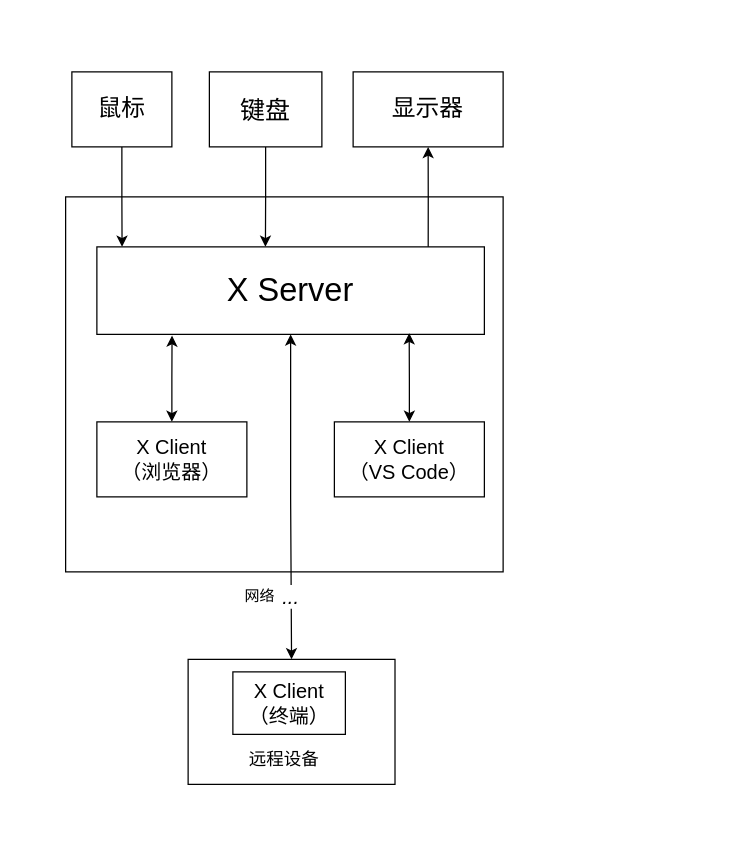
Above: uml/x-window-cs.drawio in TobiasYin/ansuld (draw.io), before the change. Source tidied: cells renumbered, new cells numbered last; positions are measured from the earlier drawing's top-left corner, leaving out a move shared by most shapes. Both pictures are drawn from the tidied source at 125%, with x=0, y=0 at pixel (21, 21).
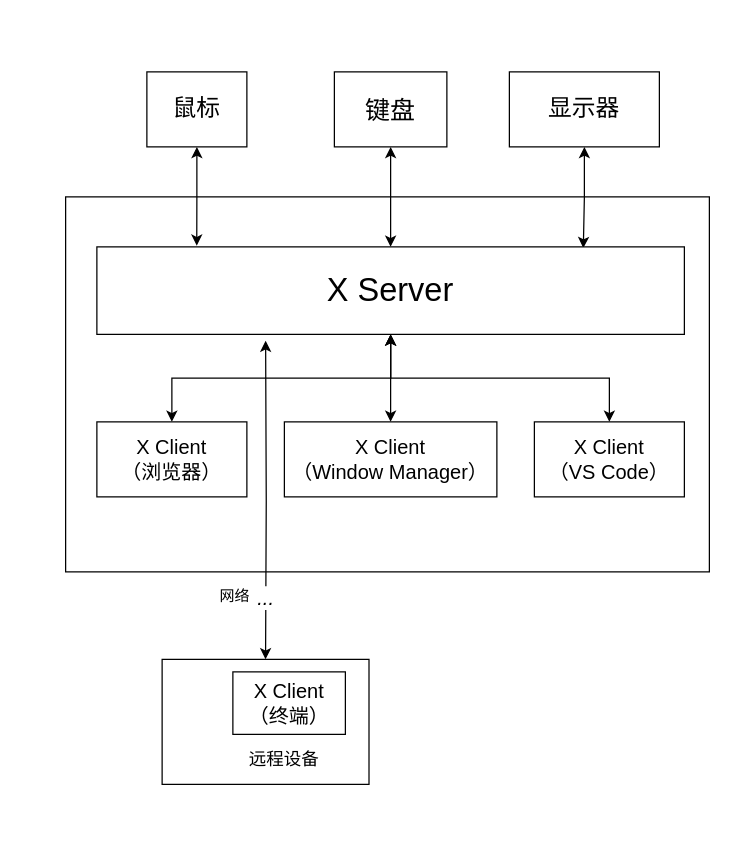
After the change.

The change refers to these unchanged cells:
```xml
<mxCell id="16" value="&lt;font style=&quot;font-size: 16px&quot;&gt;X Client&lt;br&gt;（浏览器）&lt;br&gt;&lt;/font&gt;" style="rounded=0;whiteSpace=wrap;html=1;" parent="1" vertex="1">
  <mxGeometry x="60" y="320" width="120" height="60" as="geometry" />
</mxCell>
```

What changed in the source:
```diff
@@
     <mxCell id="3" style="rounded=0;whiteSpace=wrap;html=1;" parent="1" vertex="1">
-      <mxGeometry x="35" y="140" width="350" height="300" as="geometry" />
+      <mxGeometry x="35" y="140" width="515" height="300" as="geometry" />
     </mxCell>
-    <mxCell id="4" style="edgeStyle=orthogonalEdgeStyle;rounded=0;jettySize=auto;html=1;entryX=0.065;entryY=0;entryDx=0;entryDy=0;entryPerimeter=0;" parent="1" edge="1" source="5" target="12">
+    <mxCell id="4" style="edgeStyle=orthogonalEdgeStyle;rounded=0;jettySize=auto;html=1;exitX=0.5;exitY=1;exitDx=0;exitDy=0;entryX=0.17;entryY=-0.014;entryDx=0;entryDy=0;entryPerimeter=0;startArrow=classic;startFill=1;" parent="1" edge="1" source="5" target="12">
       <mxGeometry relative="1" as="geometry" />
     </mxCell>
     <mxCell id="5" value="&lt;font style=&quot;font-size: 19px&quot;&gt;鼠标&lt;/font&gt;" style="rounded=0;whiteSpace=wrap;html=1;" parent="1" vertex="1">
-      <mxGeometry x="40" y="40" width="80" height="60" as="geometry" />
+      <mxGeometry x="100" y="40" width="80" height="60" as="geometry" />
     </mxCell>
-    <mxCell id="6" style="edgeStyle=orthogonalEdgeStyle;rounded=0;jettySize=auto;html=1;entryX=0.435;entryY=0;entryDx=0;entryDy=0;entryPerimeter=0;" parent="1" edge="1" source="7" target="12">
+    <mxCell id="6" style="edgeStyle=orthogonalEdgeStyle;rounded=0;jettySize=auto;html=1;exitX=0.5;exitY=1;exitDx=0;exitDy=0;entryX=0.5;entryY=0;entryDx=0;entryDy=0;startArrow=classic;startFill=1;" parent="1" edge="1" source="7" target="12">
       <mxGeometry relative="1" as="geometry" />
     </mxCell>
     <mxCell id="7" value="&lt;font style=&quot;font-size: 20px&quot;&gt;键盘&lt;/font&gt;" style="rounded=0;whiteSpace=wrap;html=1;" parent="1" vertex="1">
-      <mxGeometry x="150" y="40" width="90" height="60" as="geometry" />
+      <mxGeometry x="250" y="40" width="90" height="60" as="geometry" />
     </mxCell>
+    <mxCell id="21" style="edgeStyle=orthogonalEdgeStyle;rounded=0;jettySize=auto;html=1;exitX=0.5;exitY=1;exitDx=0;exitDy=0;entryX=0.828;entryY=0.014;entryDx=0;entryDy=0;entryPerimeter=0;startArrow=classic;startFill=1;" parent="1" edge="1" source="8" target="12">
+      <mxGeometry relative="1" as="geometry" />
+    </mxCell>
     <mxCell id="8" value="&lt;font style=&quot;font-size: 19px&quot;&gt;显示器&lt;/font&gt;" style="rounded=0;whiteSpace=wrap;html=1;" parent="1" vertex="1">
-      <mxGeometry x="265" y="40" width="120" height="60" as="geometry" />
+      <mxGeometry x="390" y="40" width="120" height="60" as="geometry" />
     </mxCell>
-    <mxCell id="9" style="edgeStyle=orthogonalEdgeStyle;rounded=0;jettySize=auto;html=1;entryX=0.5;entryY=1;entryDx=0;entryDy=0;exitX=0.855;exitY=0;exitDx=0;exitDy=0;exitPerimeter=0;" parent="1" edge="1" source="12" target="8">
-      <mxGeometry relative="1" as="geometry" />
-    </mxCell>
-    <mxCell id="10" style="edgeStyle=orthogonalEdgeStyle;rounded=0;jettySize=auto;html=1;startArrow=classic;startFill=1;entryX=0.5;entryY=0;entryDx=0;entryDy=0;" parent="1" edge="1" source="12" target="17">
-      <mxGeometry relative="1" as="geometry" />
+    <mxCell id="10" style="edgeStyle=orthogonalEdgeStyle;rounded=0;jettySize=auto;html=1;startArrow=classic;startFill=1;entryX=0.5;entryY=0;entryDx=0;entryDy=0;" parent="1" edge="1" target="17">
+      <mxGeometry relative="1" as="geometry">
+        <mxPoint x="195" y="255" as="sourcePoint" />
+      </mxGeometry>
     </mxCell>
@@
     <mxCell id="12" value="&lt;font style=&quot;font-size: 26px&quot;&gt;X Server&lt;/font&gt;" style="rounded=0;whiteSpace=wrap;html=1;" parent="1" vertex="1">
-      <mxGeometry x="60" y="180" width="310" height="70" as="geometry" />
+      <mxGeometry x="60" y="180" width="470" height="70" as="geometry" />
     </mxCell>
-    <mxCell id="13" style="edgeStyle=orthogonalEdgeStyle;rounded=0;jettySize=auto;html=1;entryX=0.806;entryY=0.986;entryDx=0;entryDy=0;entryPerimeter=0;startArrow=classic;startFill=1;" parent="1" edge="1" source="14" target="12">
+    <mxCell id="13" style="edgeStyle=orthogonalEdgeStyle;rounded=0;jettySize=auto;html=1;entryX=0.5;entryY=1;entryDx=0;entryDy=0;startArrow=classic;startFill=1;" parent="1" edge="1" source="14" target="12">
       <mxGeometry relative="1" as="geometry" />
     </mxCell>
-    <mxCell id="14" value="&lt;font style=&quot;font-size: 16px&quot;&gt;X Client&lt;br&gt;（VS Code）&lt;br&gt;&lt;/font&gt;" style="rounded=0;whiteSpace=wrap;html=1;" parent="1" vertex="1">
-      <mxGeometry x="250" y="320" width="120" height="60" as="geometry" />
+    <mxCell id="14" value="&lt;font style=&quot;font-size: 16px&quot;&gt;X Client&lt;br&gt;（Window Manager）&lt;br&gt;&lt;/font&gt;" style="rounded=0;whiteSpace=wrap;html=1;" parent="1" vertex="1">
+      <mxGeometry x="210" y="320" width="170" height="60" as="geometry" />
     </mxCell>
-    <mxCell id="15" style="edgeStyle=orthogonalEdgeStyle;rounded=0;jettySize=auto;html=1;entryX=0.194;entryY=1.014;entryDx=0;entryDy=0;entryPerimeter=0;startArrow=classic;startFill=1;" parent="1" edge="1" source="16" target="12">
+    <mxCell id="15" style="edgeStyle=orthogonalEdgeStyle;rounded=0;jettySize=auto;html=1;startArrow=classic;startFill=1;" parent="1" edge="1" source="16" target="12">
       <mxGeometry relative="1" as="geometry" />
     </mxCell>
@@
     <mxCell id="17" style="rounded=0;whiteSpace=wrap;html=1;" parent="1" vertex="1">
-      <mxGeometry x="133" y="510" width="165.5" height="100" as="geometry" />
+      <mxGeometry x="112.2" y="510" width="165.5" height="100" as="geometry" />
     </mxCell>
@@
     <mxCell id="20" value="网络" style="text;html=1;align=center;verticalAlign=middle;" parent="1" vertex="1">
-      <mxGeometry x="169.8" y="450" width="40" height="20" as="geometry" />
+      <mxGeometry x="150" y="450" width="40" height="20" as="geometry" />
     </mxCell>
+    <mxCell id="22" style="edgeStyle=orthogonalEdgeStyle;rounded=0;jettySize=auto;html=1;exitX=0.5;exitY=0;exitDx=0;exitDy=0;entryX=0.5;entryY=1;entryDx=0;entryDy=0;startArrow=classic;startFill=1;" parent="1" edge="1" source="23" target="12">
+      <mxGeometry relative="1" as="geometry" />
+    </mxCell>
+    <mxCell id="23" value="&lt;font style=&quot;font-size: 16px&quot;&gt;X Client&lt;br&gt;（VS Code）&lt;br&gt;&lt;/font&gt;" style="rounded=0;whiteSpace=wrap;html=1;" parent="1" vertex="1">
+      <mxGeometry x="410" y="320" width="120" height="60" as="geometry" />
+    </mxCell>
```
